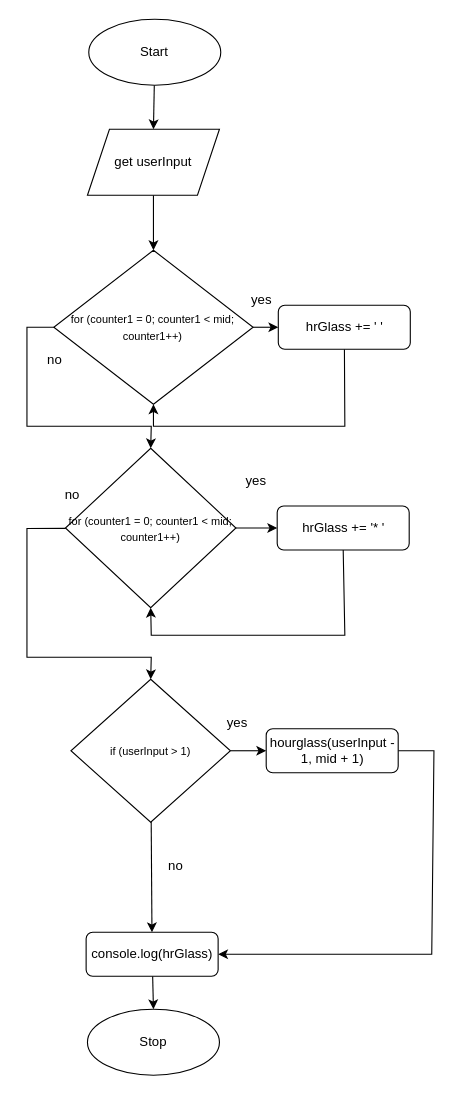
Before: Drawio/Flowchart.drawio in JacksonNaufal/ics4u-assignment-4-typescript, a draw.io diagram. Source tidied: cells renumbered, new cells numbered last; positions are measured from the earlier drawing's top-left corner, leaving out a move shared by most shapes. Both pictures are drawn from the tidied source at 110%, with x=0, y=0 at pixel (26, 19).
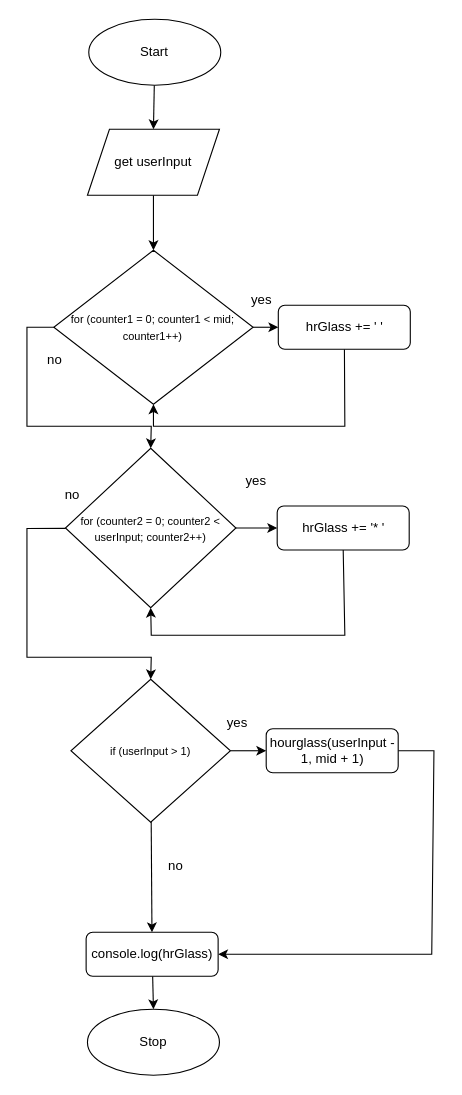
The same diagram, later.

What changed in the source:
```diff
@@
-    <mxCell id="10" value="&lt;span style=&quot;font-size: 10px&quot;&gt;for (counter1 = 0; counter1 &amp;lt; mid; counter1++)&lt;/span&gt;" style="rhombus;whiteSpace=wrap;html=1;" parent="1" vertex="1">
+    <mxCell id="10" value="&lt;span style=&quot;font-size: 10px&quot;&gt;for (counter2 = 0; counter2 &amp;lt; userInput; counter2++)&lt;/span&gt;" style="rhombus;whiteSpace=wrap;html=1;" parent="1" vertex="1">
       <mxGeometry x="35" y="390" width="155" height="145" as="geometry" />
     </mxCell>
```
